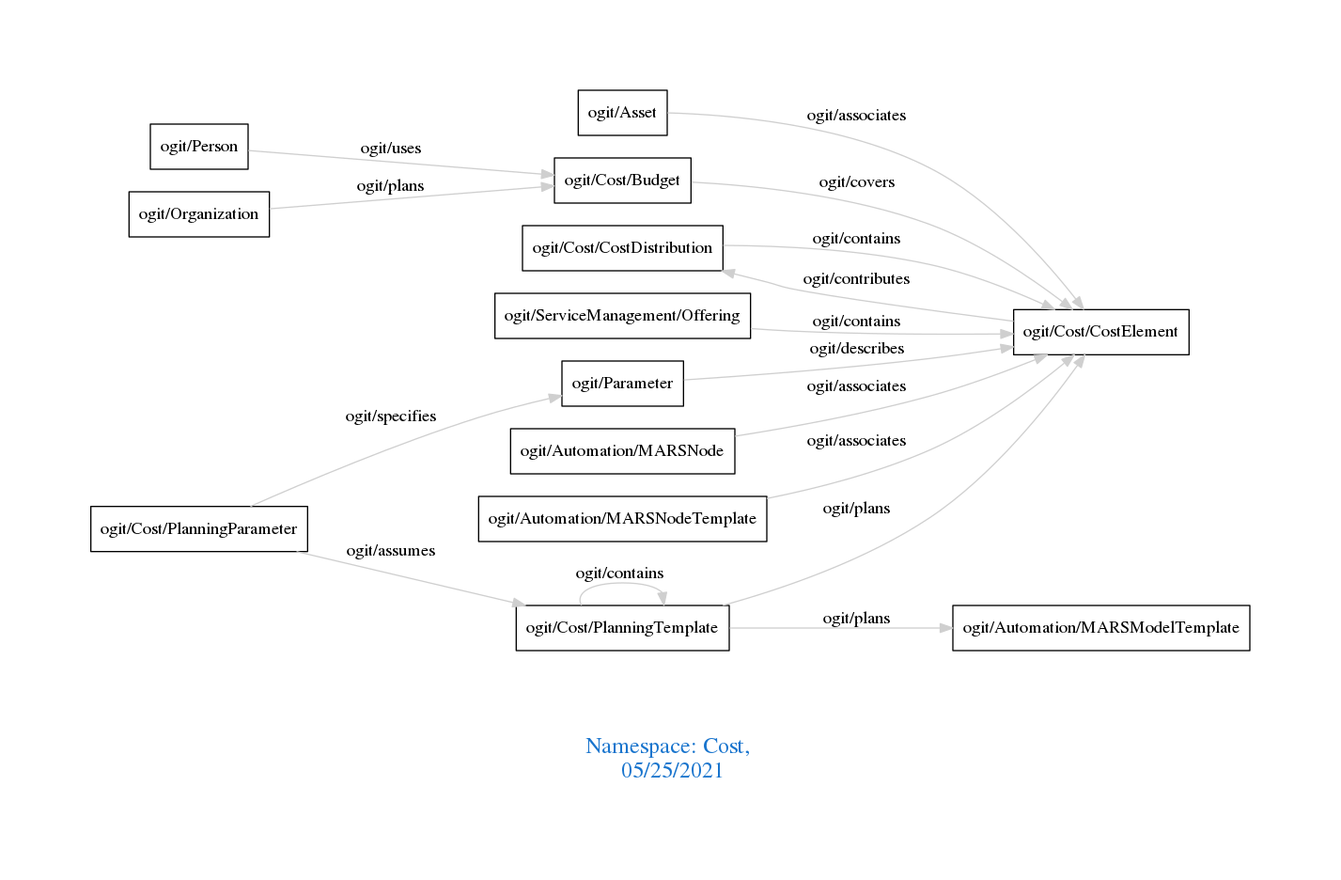
Before: downloads/Cost.png, a diagram exported from Graphviz (arago/OGIT). Its source is kept beside it as downloads/Cost.dot.
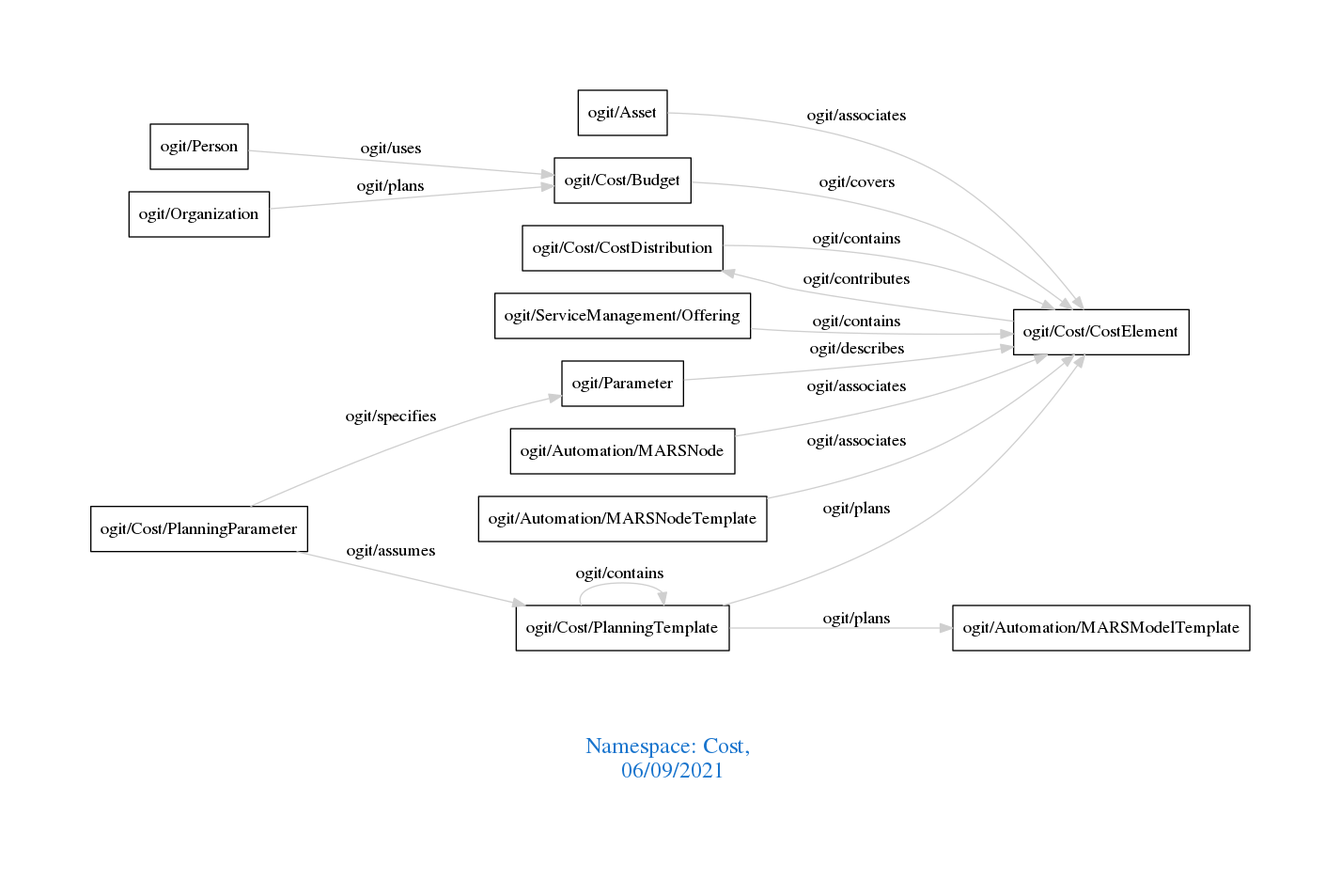
Later version of the same file.

Change to the diagram source:
```diff
@@ -1,7 +1,7 @@
 digraph OGIT_ontology {
  graph [ rankdir= LR,pad=1
 fontsize = 18,
-fontcolor= dodgerblue3,label = "\n\n\nNamespace: Cost, \n 05/25/2021"];
+fontcolor= dodgerblue3,label = "\n\n\nNamespace: Cost, \n 06/09/2021"];
 node[shape=polygon];
 edge [  color="gray81"];
 
```
